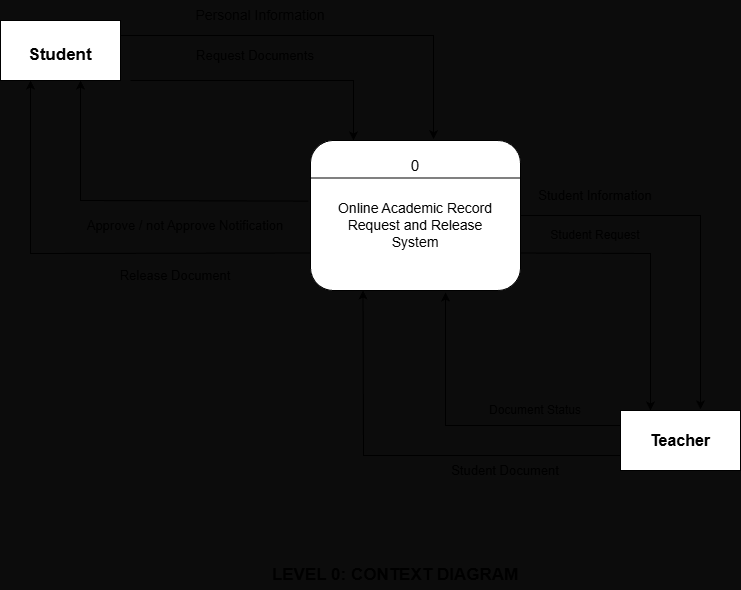
Before: Untitled Diagram.drawio.png, a diagram exported from draw.io (ddanji16/CodeForFun). Source tidied: cells renumbered, new cells last; positions are measured from the earlier drawing's top-left corner, leaving out a move shared by most shapes.
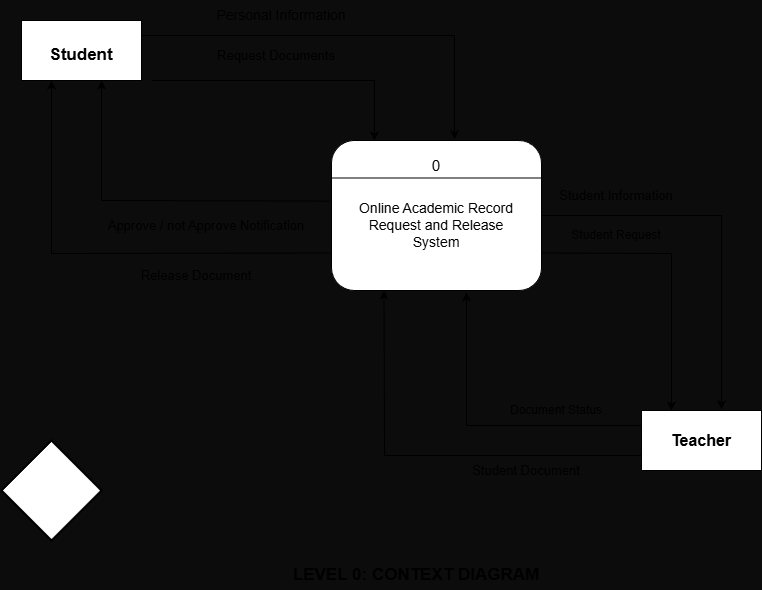
After the commit.

The edit, as a diff of the source:
```diff
@@ -112,5 +112,8 @@
     <mxCell id="26" value="LEVEL 0: CONTEXT DIAGRAM" style="text;html=1;whiteSpace=wrap;strokeColor=none;fillColor=none;align=center;verticalAlign=middle;rounded=0;fontSize=17;fontStyle=1;" parent="1" vertex="1">
       <mxGeometry x="230" y="560" width="330" height="30" as="geometry" />
     </mxCell>
+    <mxCell id="27" style="strokeWidth=2;html=1;shape=mxgraph.flowchart.decision;whiteSpace=wrap;" parent="1" vertex="1">
+      <mxGeometry x="-20" y="440" width="100" height="100" as="geometry" />
+    </mxCell>
   </root>
 </mxGraphModel>
```
